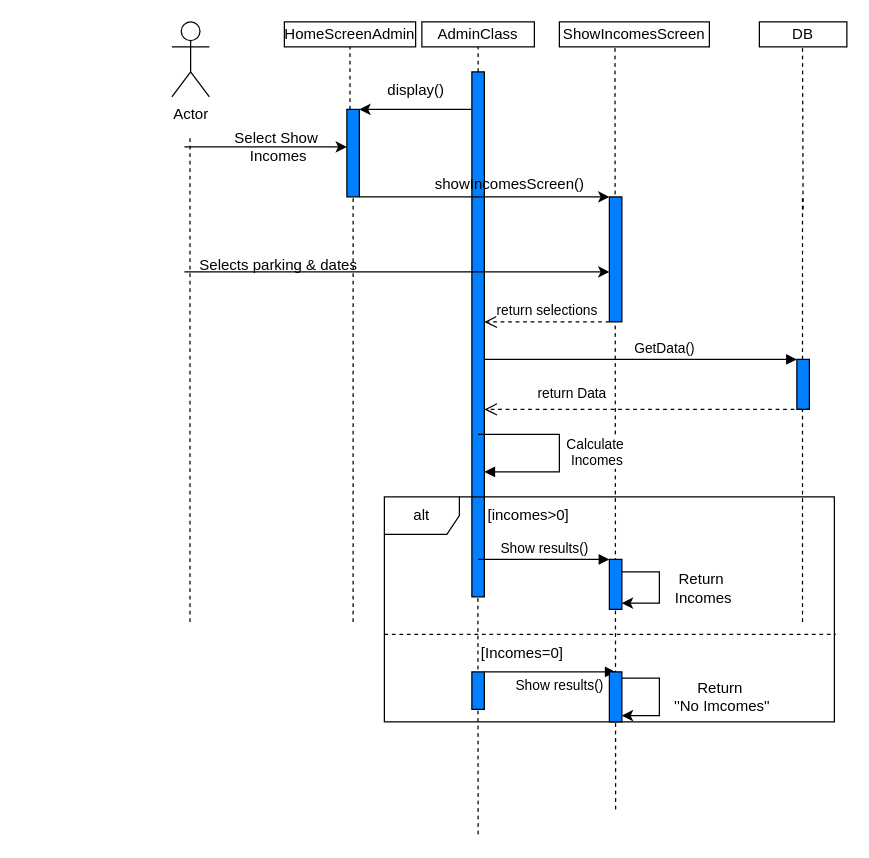
The draw.io diagram SEQUENCE/Show Incomes sequence.drawio in EliasPapagelis/Smart-Park-TL, before the edit. Source tidied: cells renumbered, new cells numbered last; positions are measured from the earlier drawing's top-left corner, leaving out a move shared by most shapes. Both pictures are drawn from the tidied source at 125%, with x=0, y=0 at pixel (171, 21).
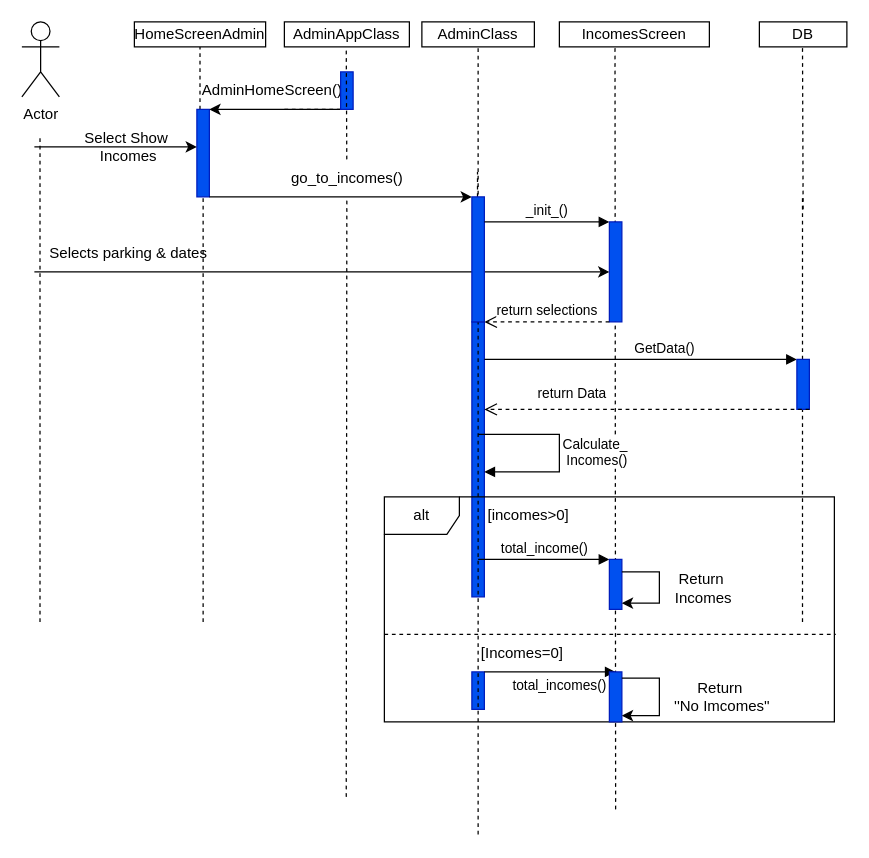
The same page after the edit.

Commit message (it also covers changes not shown here):
prwtes allages sequence

Diff of the diagram source:
```diff
@@
     <mxCell id="2" value="Actor" style="shape=umlActor;verticalLabelPosition=bottom;verticalAlign=top;html=1;" parent="1" vertex="1">
-      <mxGeometry width="30" height="60" as="geometry" />
+      <mxGeometry x="-120" width="30" height="60" as="geometry" />
     </mxCell>
@@
-    <mxCell id="4" value="ShowIncomesScreen" style="rounded=0;whiteSpace=wrap;html=1;" parent="1" vertex="1">
+    <mxCell id="4" value="IncomesScreen" style="rounded=0;whiteSpace=wrap;html=1;" parent="1" vertex="1">
       <mxGeometry x="310" width="120" height="20" as="geometry" />
     </mxCell>
     <mxCell id="5" value="HomeScreenAdmin" style="rounded=0;whiteSpace=wrap;html=1;" parent="1" vertex="1">
-      <mxGeometry x="90" width="105" height="20" as="geometry" />
+      <mxGeometry x="-30" width="105" height="20" as="geometry" />
     </mxCell>
     <mxCell id="6" style="endArrow=none;dashed=1;html=1;rounded=0;" parent="1" edge="1">
       <mxGeometry relative="1" as="geometry">
-        <mxPoint x="14.5" y="480" as="sourcePoint" />
-        <mxPoint x="14.5" y="90" as="targetPoint" />
+        <mxPoint x="-105.5" y="480" as="sourcePoint" />
+        <mxPoint x="-105.5" y="90" as="targetPoint" />
       </mxGeometry>
     </mxCell>
@@
     <mxCell id="9" style="endArrow=none;dashed=1;html=1;rounded=0;entryX=0.5;entryY=1;entryDx=0;entryDy=0;" parent="1" edge="1" target="10">
       <mxGeometry relative="1" as="geometry">
-        <mxPoint x="145" y="480" as="sourcePoint" />
+        <mxPoint x="25" y="480" as="sourcePoint" />
       </mxGeometry>
     </mxCell>
-    <mxCell id="10" style="html=1;points=[[0,0,0,0,5],[0,1,0,0,-5],[1,0,0,0,5],[1,1,0,0,-5]];perimeter=orthogonalPerimeter;outlineConnect=0;targetShapes=umlLifeline;portConstraint=eastwest;newEdgeStyle={&quot;curved&quot;:0,&quot;rounded&quot;:0};fillColor=#007FFF;" parent="1" vertex="1">
-      <mxGeometry x="140" y="70" width="10" height="70" as="geometry" />
+    <mxCell id="10" style="html=1;points=[[0,0,0,0,5],[0,1,0,0,-5],[1,0,0,0,5],[1,1,0,0,-5]];perimeter=orthogonalPerimeter;outlineConnect=0;targetShapes=umlLifeline;portConstraint=eastwest;newEdgeStyle={&quot;curved&quot;:0,&quot;rounded&quot;:0};fillColor=#0050ef;fontColor=#ffffff;strokeColor=#001DBC;" parent="1" vertex="1">
+      <mxGeometry x="20" y="70" width="10" height="70" as="geometry" />
     </mxCell>
@@
     <mxCell id="12" style="endArrow=classic;html=1;rounded=0;" parent="1" edge="1" target="10">
       <mxGeometry relative="1" as="geometry">
-        <mxPoint x="10" y="100" as="sourcePoint" />
+        <mxPoint x="-110" y="100" as="sourcePoint" />
       </mxGeometry>
     </mxCell>
     <mxCell id="13" value="Select Show&amp;nbsp;&lt;div&gt;Incomes&lt;/div&gt;" style="text;html=1;align=center;verticalAlign=middle;strokeColor=none;fillColor=none;" parent="1" vertex="1">
-      <mxGeometry x="40" y="80" width="90" height="40" as="geometry" />
+      <mxGeometry x="-80" y="80" width="90" height="40" as="geometry" />
     </mxCell>
@@
-    <mxCell id="16" style="endArrow=none;dashed=1;html=1;rounded=0;" parent="1" edge="1">
+    <mxCell id="16" style="endArrow=none;dashed=1;html=1;rounded=0;" parent="1" edge="1" source="52">
       <mxGeometry relative="1" as="geometry">
-        <mxPoint x="245" y="650" as="sourcePoint" />
         <mxPoint x="244.5" y="120" as="targetPoint" />
       </mxGeometry>
     </mxCell>
-    <mxCell id="17" style="html=1;points=[[0,0,0,0,5],[0,1,0,0,-5],[1,0,0,0,5],[1,1,0,0,-5]];perimeter=orthogonalPerimeter;outlineConnect=0;targetShapes=umlLifeline;portConstraint=eastwest;newEdgeStyle={&quot;curved&quot;:0,&quot;rounded&quot;:0};fillColor=#007FFF;" parent="1" vertex="1">
-      <mxGeometry x="240" y="40" width="10" height="420" as="geometry" />
+    <mxCell id="17" style="html=1;points=[[0,0,0,0,5],[0,1,0,0,-5],[1,0,0,0,5],[1,1,0,0,-5]];perimeter=orthogonalPerimeter;outlineConnect=0;targetShapes=umlLifeline;portConstraint=eastwest;newEdgeStyle={&quot;curved&quot;:0,&quot;rounded&quot;:0};fillColor=#0050ef;fontColor=#ffffff;strokeColor=#001DBC;" parent="1" vertex="1">
+      <mxGeometry x="240" y="240" width="10" height="220" as="geometry" />
     </mxCell>
-    <mxCell id="18" style="endArrow=classic;html=1;rounded=0;entryX=1;entryY=0;entryDx=0;entryDy=5;entryPerimeter=0;" parent="1" edge="1" source="17">
+    <mxCell id="18" style="endArrow=classic;html=1;rounded=0;entryX=1;entryY=0;entryDx=0;entryDy=5;entryPerimeter=0;" parent="1" edge="1">
       <mxGeometry relative="1" as="geometry">
-        <mxPoint x="150" y="70" as="targetPoint" />
+        <mxPoint x="140" y="70" as="sourcePoint" />
+        <mxPoint x="30" y="70" as="targetPoint" />
       </mxGeometry>
     </mxCell>
-    <mxCell id="19" value="display()" style="text;html=1;align=center;verticalAlign=middle;strokeColor=none;fillColor=none;" parent="1" vertex="1">
-      <mxGeometry x="160" y="40" width="70" height="30" as="geometry" />
+    <mxCell id="19" value="AdminHomeScreen()" style="text;html=1;align=center;verticalAlign=middle;strokeColor=none;fillColor=none;" parent="1" vertex="1">
+      <mxGeometry x="10" y="40" width="140" height="30" as="geometry" />
     </mxCell>
@@
-    <mxCell id="21" style="endArrow=classic;html=1;rounded=0;" parent="1" edge="1" target="24">
+    <mxCell id="21" style="endArrow=classic;html=1;rounded=0;" parent="1" edge="1">
       <mxGeometry relative="1" as="geometry">
-        <mxPoint x="150" y="140" as="sourcePoint" />
+        <mxPoint x="30" y="140" as="sourcePoint" />
+        <mxPoint x="240" y="140" as="targetPoint" />
       </mxGeometry>
     </mxCell>
-    <mxCell id="22" value="showIncomesScreen()" style="text;html=1;align=center;verticalAlign=middle;points=[];strokeColor=none;fillColor=none;" parent="1" vertex="1">
-      <mxGeometry x="200" y="115" width="140" height="30" as="geometry" />
-    </mxCell>
@@
-    <mxCell id="24" style="html=1;points=[[0,0,0,0,5],[0,1,0,0,-5],[1,0,0,0,5],[1,1,0,0,-5]];perimeter=orthogonalPerimeter;outlineConnect=0;targetShapes=umlLifeline;portConstraint=eastwest;newEdgeStyle={&quot;curved&quot;:0,&quot;rounded&quot;:0};fillColor=#007FFF;" parent="1" vertex="1">
-      <mxGeometry x="350" y="140" width="10" height="100" as="geometry" />
+    <mxCell id="24" style="html=1;points=[[0,0,0,0,5],[0,1,0,0,-5],[1,0,0,0,5],[1,1,0,0,-5]];perimeter=orthogonalPerimeter;outlineConnect=0;targetShapes=umlLifeline;portConstraint=eastwest;newEdgeStyle={&quot;curved&quot;:0,&quot;rounded&quot;:0};fillColor=#0050ef;fontColor=#ffffff;strokeColor=#001DBC;" parent="1" vertex="1">
+      <mxGeometry x="350" y="160" width="10" height="80" as="geometry" />
     </mxCell>
     <mxCell id="25" style="endArrow=classic;html=1;rounded=0;" parent="1" edge="1" target="24">
       <mxGeometry relative="1" as="geometry">
-        <mxPoint x="10" y="200" as="sourcePoint" />
+        <mxPoint x="-110" y="200" as="sourcePoint" />
         <Array as="points">
-          <mxPoint x="60" y="200" />
+          <mxPoint x="-60" y="200" />
         </Array>
       </mxGeometry>
     </mxCell>
     <mxCell id="26" value="Selects parking &amp;amp; dates" style="text;html=1;align=center;verticalAlign=middle;strokeColor=none;fillColor=none;" parent="1" vertex="1">
-      <mxGeometry x="10" y="180" width="150" height="30" as="geometry" />
+      <mxGeometry x="-110" y="170" width="150" height="30" as="geometry" />
     </mxCell>
@@
-    <mxCell id="30" style="html=1;points=[[0,0,0,0,5],[0,1,0,0,-5],[1,0,0,0,5],[1,1,0,0,-5]];perimeter=orthogonalPerimeter;outlineConnect=0;targetShapes=umlLifeline;portConstraint=eastwest;newEdgeStyle={&quot;curved&quot;:0,&quot;rounded&quot;:0};fillColor=#007FFF;" parent="1" vertex="1">
+    <mxCell id="30" style="html=1;points=[[0,0,0,0,5],[0,1,0,0,-5],[1,0,0,0,5],[1,1,0,0,-5]];perimeter=orthogonalPerimeter;outlineConnect=0;targetShapes=umlLifeline;portConstraint=eastwest;newEdgeStyle={&quot;curved&quot;:0,&quot;rounded&quot;:0};fillColor=#0050ef;fontColor=#ffffff;strokeColor=#001DBC;" parent="1" vertex="1">
       <mxGeometry x="500" y="270" width="10" height="40" as="geometry" />
     </mxCell>
@@
-    <mxCell id="34" value="Calculate&amp;nbsp;&lt;div&gt;Incomes&lt;/div&gt;" style="html=1;verticalAlign=bottom;endArrow=block;curved=0;rounded=0;" parent="1" edge="1" target="17">
+    <mxCell id="34" value="Calculate_&amp;nbsp;&lt;div&gt;Incomes()&lt;/div&gt;" style="html=1;verticalAlign=bottom;endArrow=block;curved=0;rounded=0;" parent="1" edge="1" target="17">
       <mxGeometry x="0.23" y="-30" relative="1" as="geometry">
         <mxPoint x="245" y="330" as="sourcePoint" />
         <Array as="points">
           <mxPoint x="310" y="330" />
           <mxPoint x="310" y="360" />
         </Array>
         <mxPoint x="30" y="30" as="offset" />
       </mxGeometry>
     </mxCell>
-    <mxCell id="35" value="Show results()" style="html=1;verticalAlign=bottom;endArrow=block;curved=0;rounded=0;" parent="1" edge="1">
+    <mxCell id="35" value="total_income()" style="html=1;verticalAlign=bottom;endArrow=block;curved=0;rounded=0;" parent="1" edge="1">
       <mxGeometry relative="1" as="geometry">
         <mxPoint x="245" y="430" as="sourcePoint" />
         <mxPoint x="350" y="430" as="targetPoint" />
       </mxGeometry>
     </mxCell>
-    <mxCell id="36" style="html=1;points=[[0,0,0,0,5],[0,1,0,0,-5],[1,0,0,0,5],[1,1,0,0,-5]];perimeter=orthogonalPerimeter;outlineConnect=0;targetShapes=umlLifeline;portConstraint=eastwest;newEdgeStyle={&quot;curved&quot;:0,&quot;rounded&quot;:0};fillColor=#007FFF;" parent="1" vertex="1">
+    <mxCell id="36" style="html=1;points=[[0,0,0,0,5],[0,1,0,0,-5],[1,0,0,0,5],[1,1,0,0,-5]];perimeter=orthogonalPerimeter;outlineConnect=0;targetShapes=umlLifeline;portConstraint=eastwest;newEdgeStyle={&quot;curved&quot;:0,&quot;rounded&quot;:0};fillColor=#0050ef;fontColor=#ffffff;strokeColor=#001DBC;" parent="1" vertex="1">
       <mxGeometry x="350" y="430" width="10" height="40" as="geometry" />
     </mxCell>
@@
-    <mxCell id="41" style="html=1;perimeter=orthogonalPerimeter;targetShapes=umlLifeline;newEdgeStyle={&quot;curved&quot;:0,&quot;rounded&quot;:0};fillColor=#007FFF;" parent="1" vertex="1">
+    <mxCell id="41" style="html=1;perimeter=orthogonalPerimeter;targetShapes=umlLifeline;newEdgeStyle={&quot;curved&quot;:0,&quot;rounded&quot;:0};fillColor=#0050ef;fontColor=#ffffff;strokeColor=#001DBC;" parent="1" vertex="1">
       <mxGeometry x="240" y="520" width="10" height="30" as="geometry" />
     </mxCell>
-    <mxCell id="42" value="Show results()" style="html=1;verticalAlign=bottom;endArrow=block;curved=0;rounded=0;" parent="1" edge="1">
+    <mxCell id="42" value="total_incomes()" style="html=1;verticalAlign=bottom;endArrow=block;curved=0;rounded=0;" parent="1" edge="1">
       <mxGeometry x="0.14" y="-20" relative="1" as="geometry">
         <mxPoint x="250" y="520" as="sourcePoint" />
         <mxPoint x="355" y="520" as="targetPoint" />
       </mxGeometry>
     </mxCell>
-    <mxCell id="43" style="html=1;points=[[0,0,0,0,5],[0,1,0,0,-5],[1,0,0,0,5],[1,1,0,0,-5]];perimeter=orthogonalPerimeter;outlineConnect=0;targetShapes=umlLifeline;portConstraint=eastwest;newEdgeStyle={&quot;curved&quot;:0,&quot;rounded&quot;:0};fillColor=#007FFF;" parent="1" vertex="1">
+    <mxCell id="43" style="html=1;points=[[0,0,0,0,5],[0,1,0,0,-5],[1,0,0,0,5],[1,1,0,0,-5]];perimeter=orthogonalPerimeter;outlineConnect=0;targetShapes=umlLifeline;portConstraint=eastwest;newEdgeStyle={&quot;curved&quot;:0,&quot;rounded&quot;:0};fillColor=#0050ef;fontColor=#ffffff;strokeColor=#001DBC;" parent="1" vertex="1">
       <mxGeometry x="350" y="520" width="10" height="40" as="geometry" />
     </mxCell>
@@
+    <mxCell id="46" value="AdminAppClass" style="html=1;whiteSpace=wrap;" parent="1" vertex="1">
+      <mxGeometry x="90" width="100" height="20" as="geometry" />
+    </mxCell>
+    <mxCell id="47" style="endArrow=none;dashed=1;html=1;rounded=0;" parent="1" edge="1" target="48">
+      <mxGeometry relative="1" as="geometry">
+        <mxPoint x="90" y="70" as="sourcePoint" />
+      </mxGeometry>
+    </mxCell>
+    <mxCell id="48" style="html=1;points=[[0,0,0,0,5],[0,1,0,0,-5],[1,0,0,0,5],[1,1,0,0,-5]];perimeter=orthogonalPerimeter;outlineConnect=0;targetShapes=umlLifeline;portConstraint=eastwest;newEdgeStyle={&quot;curved&quot;:0,&quot;rounded&quot;:0};fillColor=#0050ef;fontColor=#ffffff;strokeColor=#001DBC;" parent="1" vertex="1">
+      <mxGeometry x="135" y="40" width="10" height="30" as="geometry" />
+    </mxCell>
+    <mxCell id="49" style="endArrow=none;dashed=1;html=1;rounded=0;" parent="1" edge="1" source="22">
+      <mxGeometry relative="1" as="geometry">
+        <mxPoint x="139.5" y="20" as="targetPoint" />
+      </mxGeometry>
+    </mxCell>
+    <mxCell id="50" style="endArrow=none;dashed=1;html=1;rounded=0;" parent="1" edge="1" target="22">
+      <mxGeometry relative="1" as="geometry">
+        <mxPoint x="139.5" y="620" as="sourcePoint" />
+      </mxGeometry>
+    </mxCell>
+    <mxCell id="22" value="go_to_incomes()" style="text;html=1;align=center;verticalAlign=middle;points=[];strokeColor=none;fillColor=none;" parent="1" vertex="1">
+      <mxGeometry x="85" y="110" width="110" height="30" as="geometry" />
+    </mxCell>
+    <mxCell id="51" style="endArrow=none;dashed=1;html=1;rounded=0;" parent="1" edge="1" target="52">
+      <mxGeometry relative="1" as="geometry">
+        <mxPoint x="245" y="650" as="sourcePoint" />
+      </mxGeometry>
+    </mxCell>
+    <mxCell id="52" style="html=1;points=[[0,0,0,0,5],[0,1,0,0,-5],[1,0,0,0,5],[1,1,0,0,-5]];perimeter=orthogonalPerimeter;outlineConnect=0;targetShapes=umlLifeline;portConstraint=eastwest;newEdgeStyle={&quot;curved&quot;:0,&quot;rounded&quot;:0};fillColor=#0050ef;fontColor=#ffffff;strokeColor=#001DBC;" parent="1" vertex="1">
+      <mxGeometry x="240" y="140" width="10" height="100" as="geometry" />
+    </mxCell>
+    <mxCell id="53" value="_init_()" style="html=1;verticalAlign=bottom;endArrow=block;curved=0;rounded=0;" parent="1" edge="1" target="24">
+      <mxGeometry relative="1" as="geometry">
+        <mxPoint x="250" y="160" as="sourcePoint" />
+      </mxGeometry>
+    </mxCell>
```
